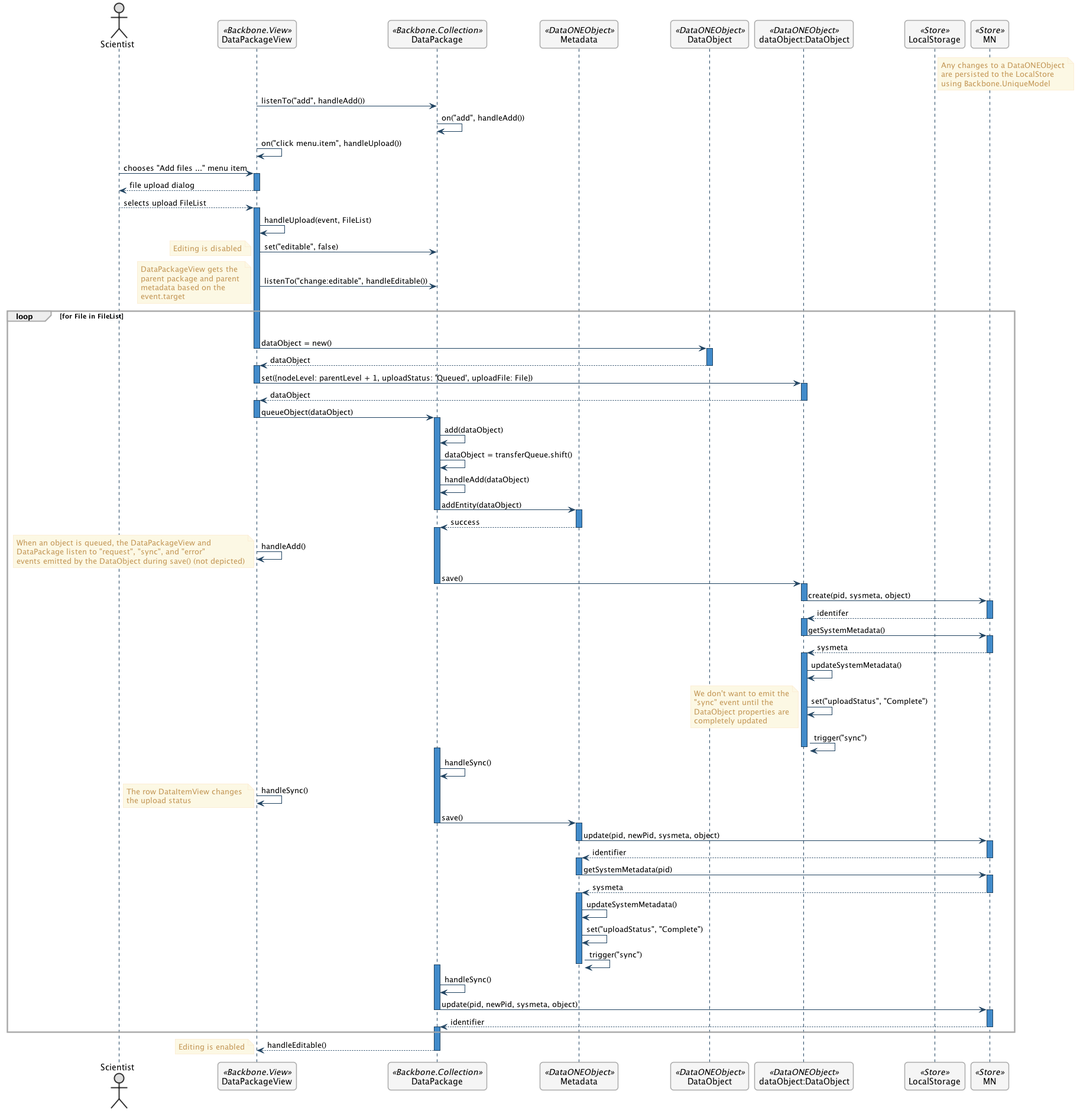
NCEAS/metacatui keeps this PlantUML diagram as metacatui/docs/design/editor/use-cases/images/upload-data-sequence-diagram.png. Above is the earlier version.
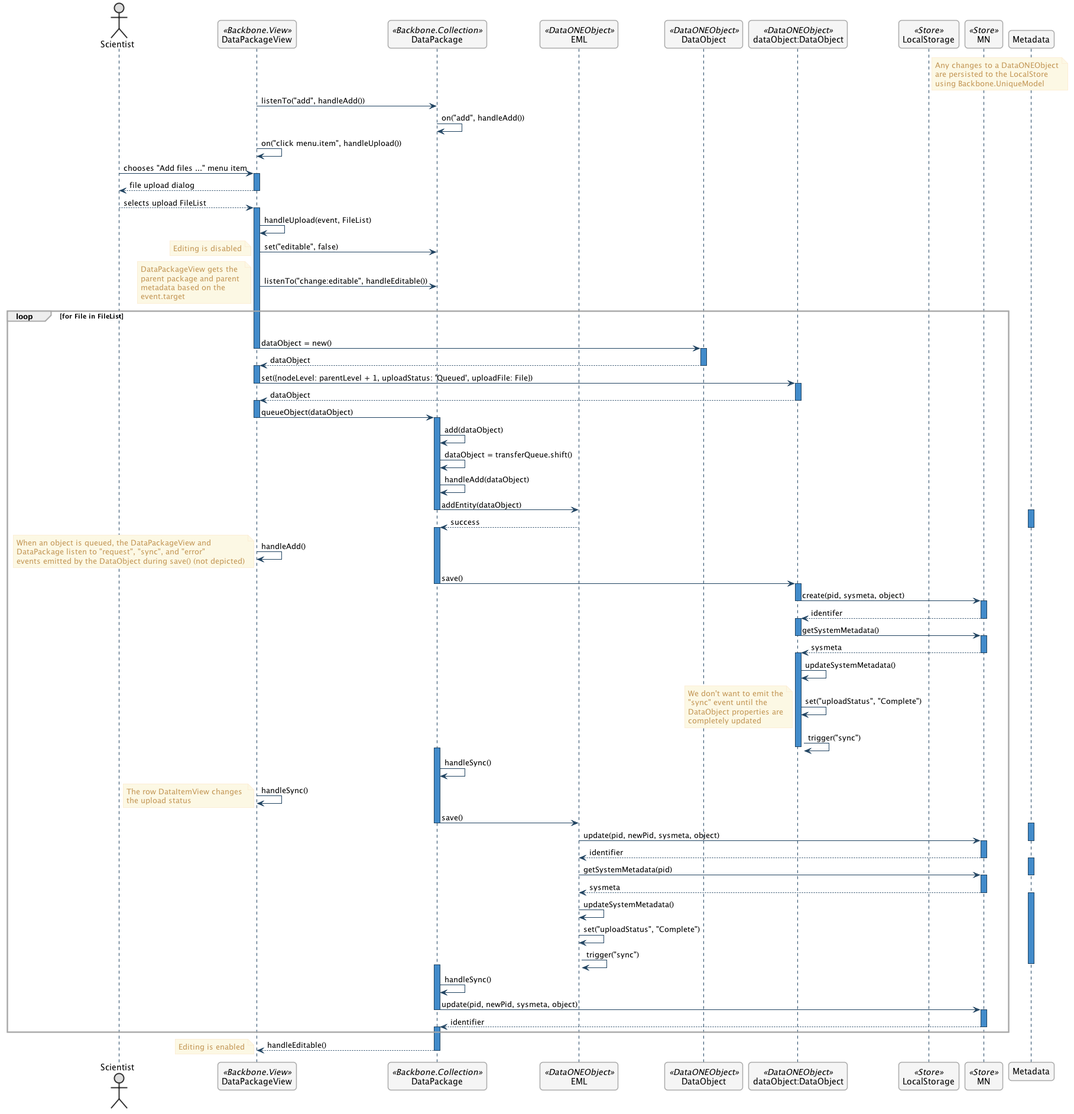
The same diagram one commit later.

Commit message:
Rename the Metadata participant to EML to be more consistent with the class diagrams.

The edit, as a diff of the source:
```diff
@@ -36,7 +36,7 @@
   actor "Scientist"
   participant DataPackageView as PackageView <<Backbone.View>>
   participant DataPackage as DataPackage <<Backbone.Collection>>
-  participant Metadata as Metadata <<DataONEObject>>
+  participant EML as EML <<DataONEObject>>
   participant DataObject as DataObject  <<DataONEObject>>
   participant dataObject as "dataObject:DataObject"  <<DataONEObject>>
   participant LocalStorage as LocalStore  <<Store>>
@@ -99,11 +99,11 @@
         DataPackage -> DataPackage : add(dataObject)
         DataPackage -> DataPackage : dataObject = transferQueue.shift()
         DataPackage -> DataPackage : handleAdd(dataObject)
-        DataPackage -> Metadata : addEntity(dataObject)
+        DataPackage -> EML : addEntity(dataObject)
       deactivate DataPackage
 
       activate Metadata
-        Metadata --> DataPackage : success
+        EML --> DataPackage : success
       deactivate Metadata
 
       activate DataPackage
@@ -153,29 +153,29 @@
           The row DataItemView changes
           the upload status
         end note
-        DataPackage -> Metadata : save()
+        DataPackage -> EML : save()
       deactivate DataPackage
 
       activate Metadata
-        Metadata -> MN : update(pid, newPid, sysmeta, object)
+        EML -> MN : update(pid, newPid, sysmeta, object)
       deactivate Metadata
 
       activate MN
-        MN --> Metadata : identifier
+        MN --> EML : identifier
       deactivate MN
 
       activate Metadata
-        Metadata -> MN : getSystemMetadata(pid)
+        EML -> MN : getSystemMetadata(pid)
       deactivate Metadata
 
       activate MN
-        MN --> Metadata : sysmeta
+        MN --> EML : sysmeta
       deactivate MN
 
       activate Metadata
-        Metadata -> Metadata : updateSystemMetadata()
-        Metadata -> Metadata : set("uploadStatus", "Complete")
-        Metadata -> Metadata : trigger("sync")
+        EML -> EML : updateSystemMetadata()
+        EML -> EML : set("uploadStatus", "Complete")
+        EML -> EML : trigger("sync")
       deactivate Metadata
 
       activate DataPackage
```
